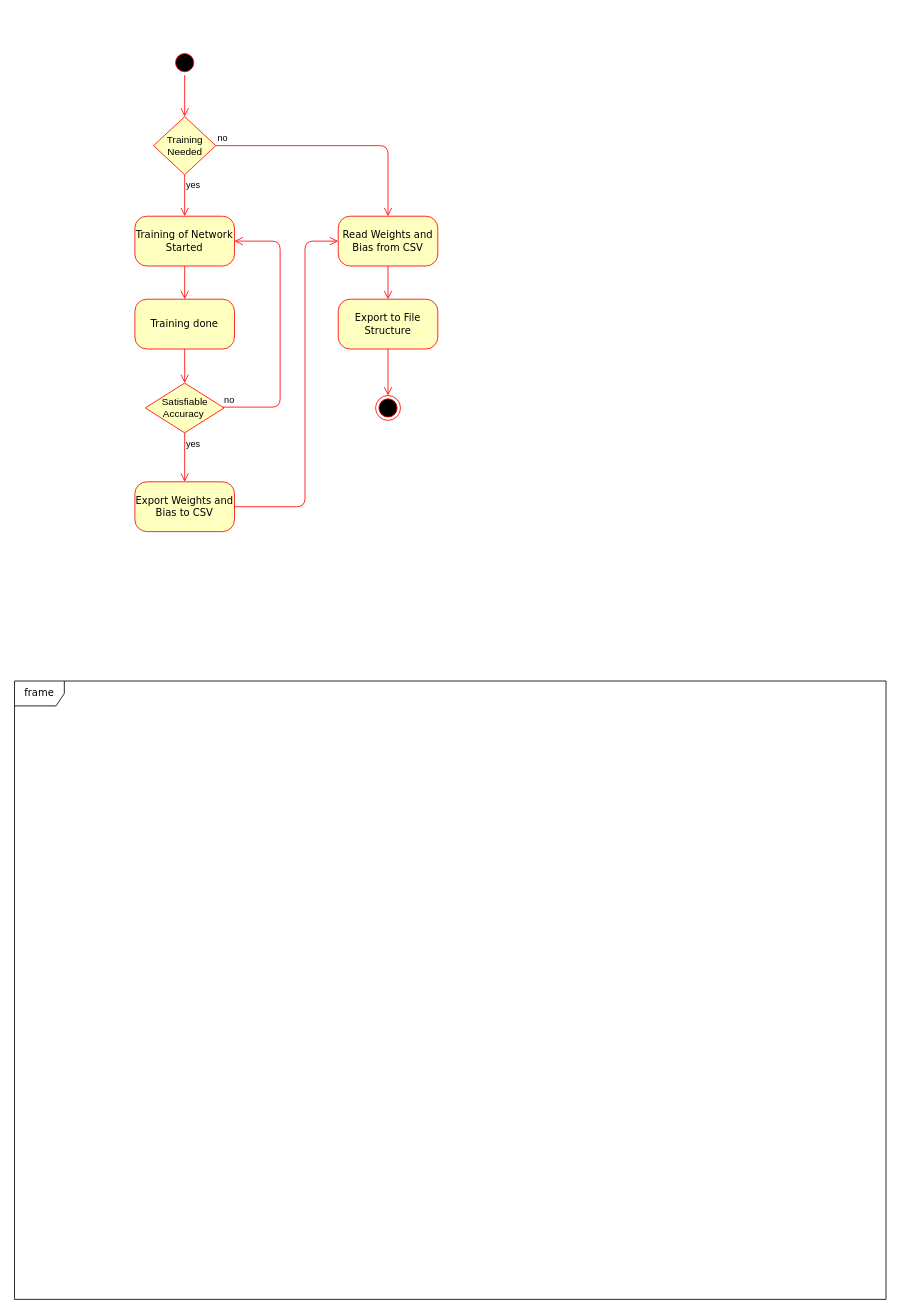
Above: ChartsDrawings/ActivityDiagramPC.drawio in toft1994/RnD_project (draw.io), before the change. Source tidied: cells renumbered, new cells numbered last; positions are measured from the earlier drawing's top-left corner, leaving out a move shared by most shapes. Both pictures are drawn from the tidied source at 83%, with x=0, y=0 at pixel (14, 50).
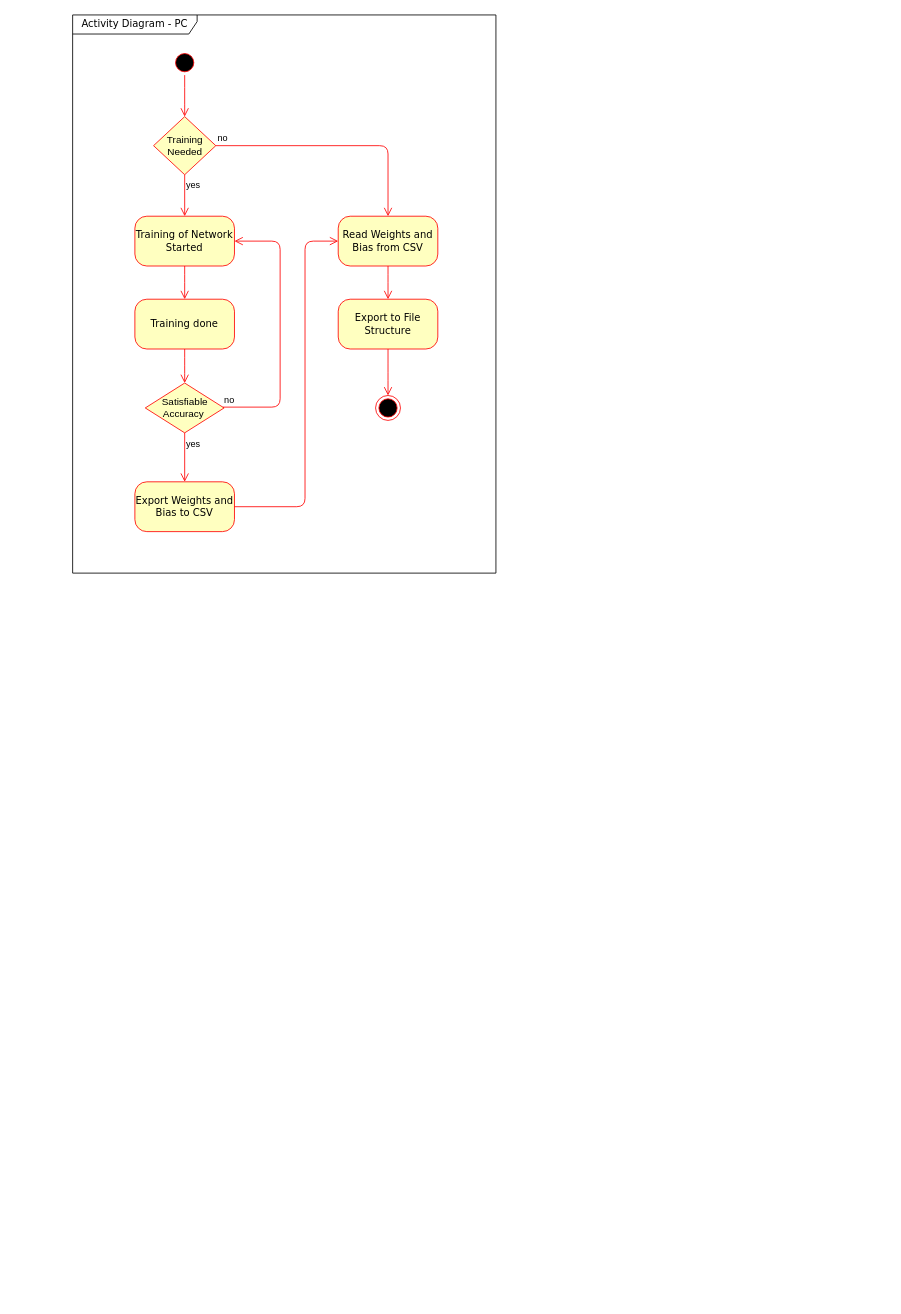
The same page after the edit.

Change to the diagram source:
```diff
@@
-    <mxCell id="4" value="frame" style="shape=umlFrame;whiteSpace=wrap;html=1;rounded=1;shadow=0;comic=0;labelBackgroundColor=none;strokeWidth=1;fontFamily=Verdana;fontSize=12;align=center;" parent="1" vertex="1">
-      <mxGeometry y="760" width="1050" height="745" as="geometry" />
+    <mxCell id="4" value="Activity Diagram - PC" style="shape=umlFrame;whiteSpace=wrap;html=1;rounded=1;shadow=0;comic=0;labelBackgroundColor=none;strokeWidth=1;fontFamily=Verdana;fontSize=12;align=center;width=150;height=23;" parent="1" vertex="1">
+      <mxGeometry x="70" y="-42.5" width="510" height="672.5" as="geometry" />
     </mxCell>
```
